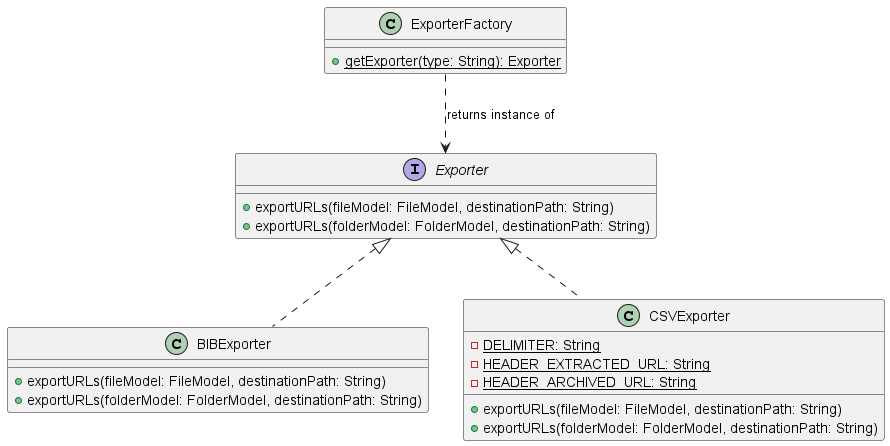
Before: report/pictures/ExporterFactory-0.png, a diagram exported from PlantUML (devobern/URL-Archiver). The source it was exported from:
```plantuml
@startuml


interface Exporter {
+ exportURLs(fileModel: FileModel, destinationPath: String)
+ exportURLs(folderModel: FolderModel, destinationPath: String)
}


class BIBExporter {
+ exportURLs(fileModel: FileModel, destinationPath: String)
+ exportURLs(folderModel: FolderModel, destinationPath: String)
}
Exporter <|.. BIBExporter

class CSVExporter {
- {static} DELIMITER: String
- {static} HEADER_EXTRACTED_URL: String
- {static} HEADER_ARCHIVED_URL: String
+ exportURLs(fileModel: FileModel, destinationPath: String)
+ exportURLs(folderModel: FolderModel, destinationPath: String)
}
Exporter <|.. CSVExporter

class ExporterFactory {
+ {static} getExporter(type: String): Exporter
}
ExporterFactory ..> Exporter : returns instance of

@enduml
```
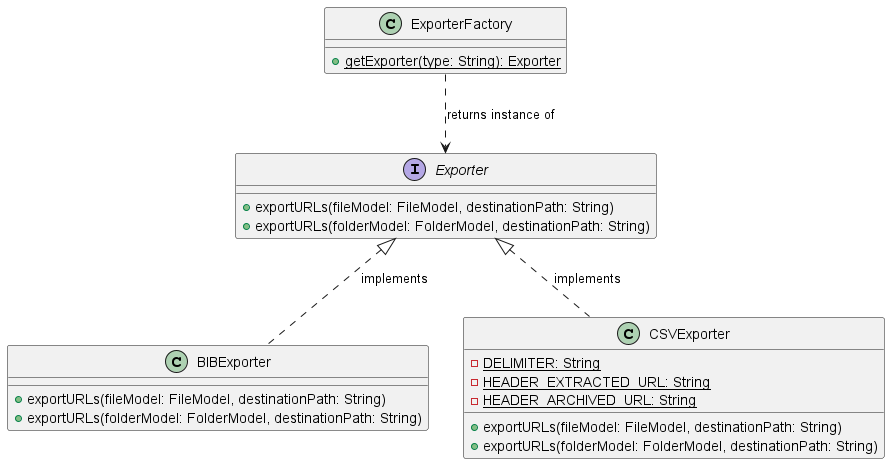
After the change.

Commit message:
Doc: modify FileReaderFactory diagram

Diff of the diagram source:
```diff
@@ -11,7 +11,7 @@
 + exportURLs(fileModel: FileModel, destinationPath: String)
 + exportURLs(folderModel: FolderModel, destinationPath: String)
 }
-Exporter <|.. BIBExporter
+Exporter <|.. BIBExporter : implements
 
 class CSVExporter {
 - {static} DELIMITER: String
@@ -20,7 +20,7 @@
 + exportURLs(fileModel: FileModel, destinationPath: String)
 + exportURLs(folderModel: FolderModel, destinationPath: String)
 }
-Exporter <|.. CSVExporter
+Exporter <|.. CSVExporter : implements
 
 class ExporterFactory {
 + {static} getExporter(type: String): Exporter
```
